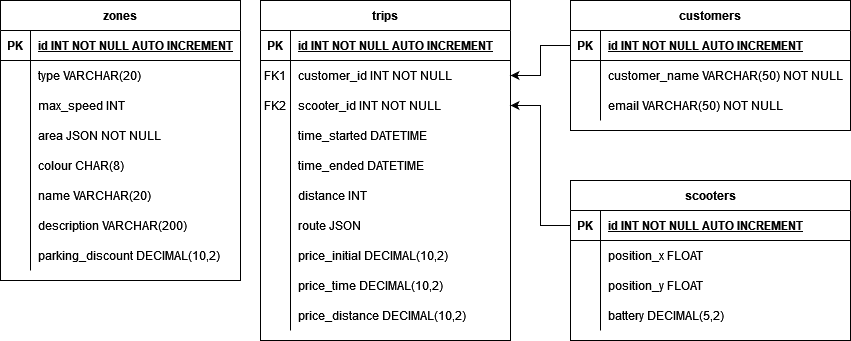
Before: er-diagram.png, a diagram exported from draw.io (best-scooter/sds). Source tidied: cells renumbered, new cells last; positions are measured from the earlier drawing's top-left corner, leaving out a move shared by most shapes.
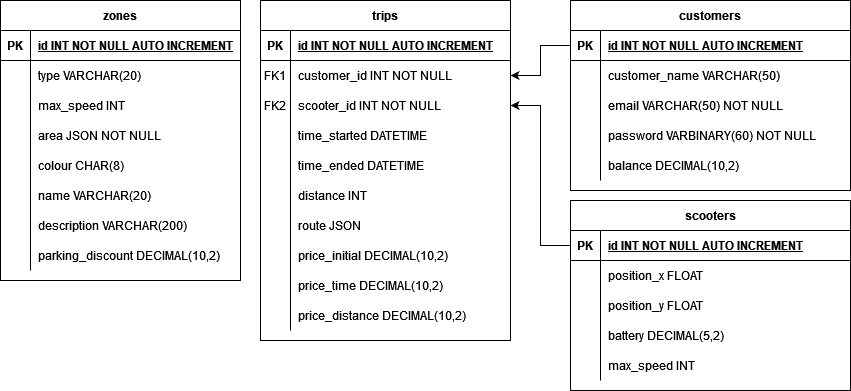
After the commit.

Change to the diagram source:
```diff
@@ -3,7 +3,7 @@
     <mxCell id="0" />
     <mxCell id="1" parent="0" />
     <mxCell id="2" value="scooters" style="shape=table;startSize=30;rowLines=0;fontStyle=1;align=center;" parent="1" vertex="1">
-      <mxGeometry x="570" y="180" width="280" height="160" as="geometry" />
+      <mxGeometry x="570" y="200" width="280" height="190" as="geometry" />
     </mxCell>
     <mxCell id="3" style="shape=partialRectangle;fillColor=none;points=[[0,0.5],[1,0.5]];portConstraint=eastwest;top=0;left=0;right=0;bottom=1;" parent="2" vertex="1">
       <mxGeometry y="30" width="280" height="30" as="geometry" />
@@ -41,6 +41,15 @@
     <mxCell id="14" value="battery DECIMAL(5,2)" style="shape=partialRectangle;overflow=hidden;fillColor=none;top=0;left=0;bottom=0;right=0;align=left;spacingLeft=6;" parent="12" vertex="1">
       <mxGeometry x="30" width="250" height="30" as="geometry" />
     </mxCell>
+    <mxCell id="83" style="shape=partialRectangle;fillColor=none;top=0;left=0;right=0;bottom=0;" parent="2" vertex="1">
+      <mxGeometry y="150" width="280" height="30" as="geometry" />
+    </mxCell>
+    <mxCell id="84" style="shape=partialRectangle;overflow=hidden;fillColor=none;top=0;left=0;bottom=0;right=0;" parent="83" vertex="1">
+      <mxGeometry width="30" height="30" as="geometry" />
+    </mxCell>
+    <mxCell id="85" value="max_speed INT" style="shape=partialRectangle;overflow=hidden;fillColor=none;top=0;left=0;bottom=0;right=0;align=left;spacingLeft=6;" parent="83" vertex="1">
+      <mxGeometry x="30" width="250" height="30" as="geometry" />
+    </mxCell>
     <mxCell id="15" value="trips" style="shape=table;startSize=30;rowLines=0;fontStyle=1;align=center;" parent="1" vertex="1">
       <mxGeometry x="260" width="250" height="340" as="geometry" />
     </mxCell>
@@ -135,7 +144,7 @@
       <mxGeometry x="30" width="220" height="30" as="geometry" />
     </mxCell>
     <mxCell id="46" value="customers" style="shape=table;startSize=30;rowLines=0;fontStyle=1;align=center;" parent="1" vertex="1">
-      <mxGeometry x="570" width="280" height="130" as="geometry" />
+      <mxGeometry x="570" width="280" height="190" as="geometry" />
     </mxCell>
     <mxCell id="47" style="shape=partialRectangle;fillColor=none;points=[[0,0.5],[1,0.5]];portConstraint=eastwest;top=0;left=0;right=0;bottom=1;" parent="46" vertex="1">
       <mxGeometry y="30" width="280" height="30" as="geometry" />
@@ -152,7 +161,7 @@
     <mxCell id="51" style="shape=partialRectangle;overflow=hidden;fillColor=none;top=0;left=0;bottom=0;right=0;" parent="50" vertex="1">
       <mxGeometry width="30" height="30" as="geometry" />
     </mxCell>
-    <mxCell id="52" value="customer_name VARCHAR(50) NOT NULL" style="shape=partialRectangle;overflow=hidden;fillColor=none;top=0;left=0;bottom=0;right=0;align=left;spacingLeft=6;" parent="50" vertex="1">
+    <mxCell id="52" value="customer_name VARCHAR(50)" style="shape=partialRectangle;overflow=hidden;fillColor=none;top=0;left=0;bottom=0;right=0;align=left;spacingLeft=6;" parent="50" vertex="1">
       <mxGeometry x="30" width="250" height="30" as="geometry" />
     </mxCell>
     <mxCell id="53" style="shape=partialRectangle;fillColor=none;top=0;left=0;right=0;bottom=0;" parent="46" vertex="1">
@@ -164,6 +173,24 @@
     <mxCell id="55" value="email VARCHAR(50) NOT NULL" style="shape=partialRectangle;overflow=hidden;fillColor=none;top=0;left=0;bottom=0;right=0;align=left;spacingLeft=6;" parent="53" vertex="1">
       <mxGeometry x="30" width="250" height="30" as="geometry" />
     </mxCell>
+    <mxCell id="86" style="shape=partialRectangle;fillColor=none;top=0;left=0;right=0;bottom=0;" parent="46" vertex="1">
+      <mxGeometry y="120" width="280" height="30" as="geometry" />
+    </mxCell>
+    <mxCell id="87" style="shape=partialRectangle;overflow=hidden;fillColor=none;top=0;left=0;bottom=0;right=0;" parent="86" vertex="1">
+      <mxGeometry width="30" height="30" as="geometry" />
+    </mxCell>
+    <mxCell id="88" value="password VARBINARY(60) NOT NULL" style="shape=partialRectangle;overflow=hidden;fillColor=none;top=0;left=0;bottom=0;right=0;align=left;spacingLeft=6;" parent="86" vertex="1">
+      <mxGeometry x="30" width="250" height="30" as="geometry" />
+    </mxCell>
+    <mxCell id="89" style="shape=partialRectangle;fillColor=none;top=0;left=0;right=0;bottom=0;" parent="46" vertex="1">
+      <mxGeometry y="150" width="280" height="30" as="geometry" />
+    </mxCell>
+    <mxCell id="90" style="shape=partialRectangle;overflow=hidden;fillColor=none;top=0;left=0;bottom=0;right=0;" parent="89" vertex="1">
+      <mxGeometry width="30" height="30" as="geometry" />
+    </mxCell>
+    <mxCell id="91" value="balance DECIMAL(10,2)" style="shape=partialRectangle;overflow=hidden;fillColor=none;top=0;left=0;bottom=0;right=0;align=left;spacingLeft=6;" parent="89" vertex="1">
+      <mxGeometry x="30" width="250" height="30" as="geometry" />
+    </mxCell>
     <mxCell id="56" style="edgeStyle=orthogonalEdgeStyle;rounded=0;jettySize=auto;html=1;" parent="1" edge="1" source="47" target="19">
       <mxGeometry relative="1" as="geometry" />
     </mxCell>
```
